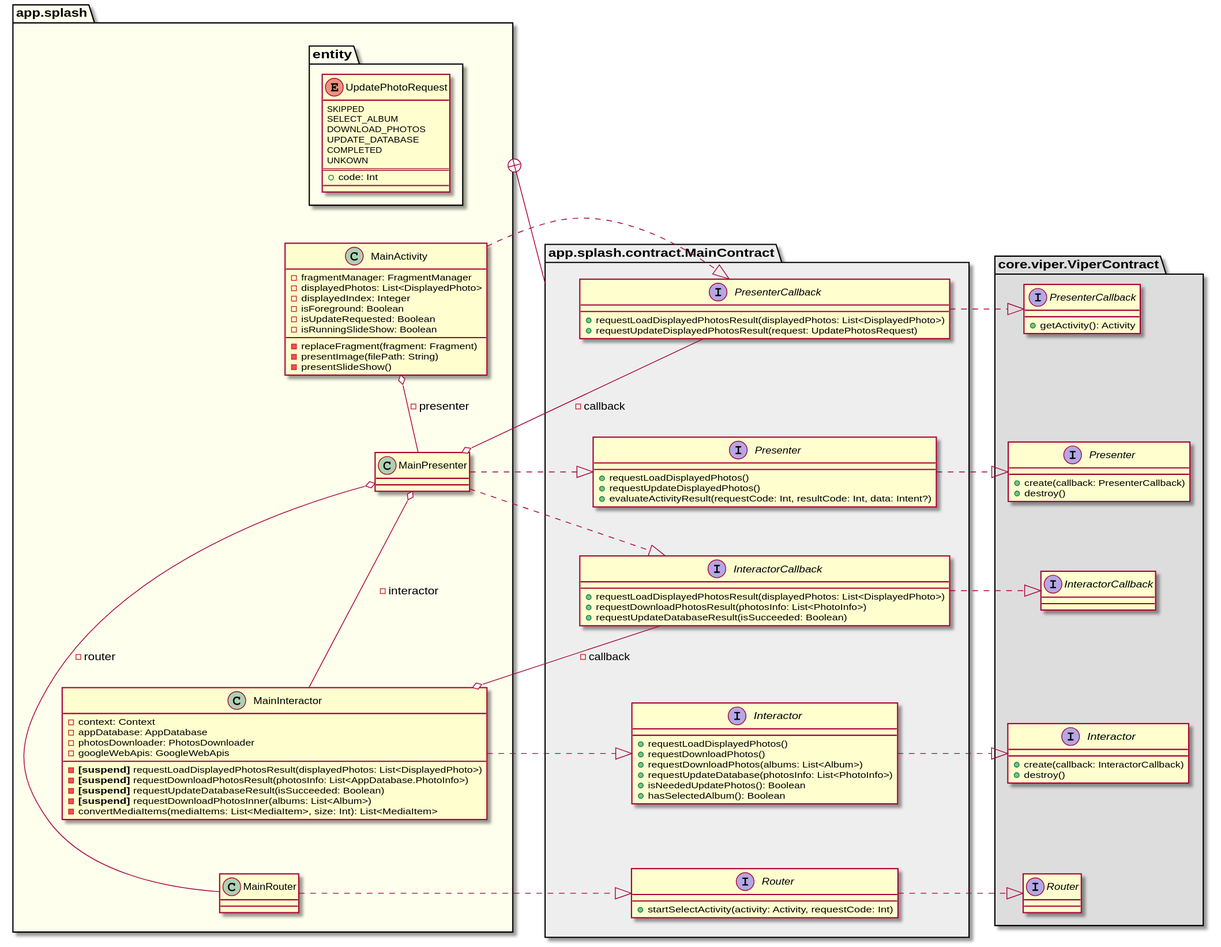
sallyluenoa/PhotoSlideShow keeps this PlantUML diagram as uml/main/class_diagram_main_viper.svg. Above is the earlier version.
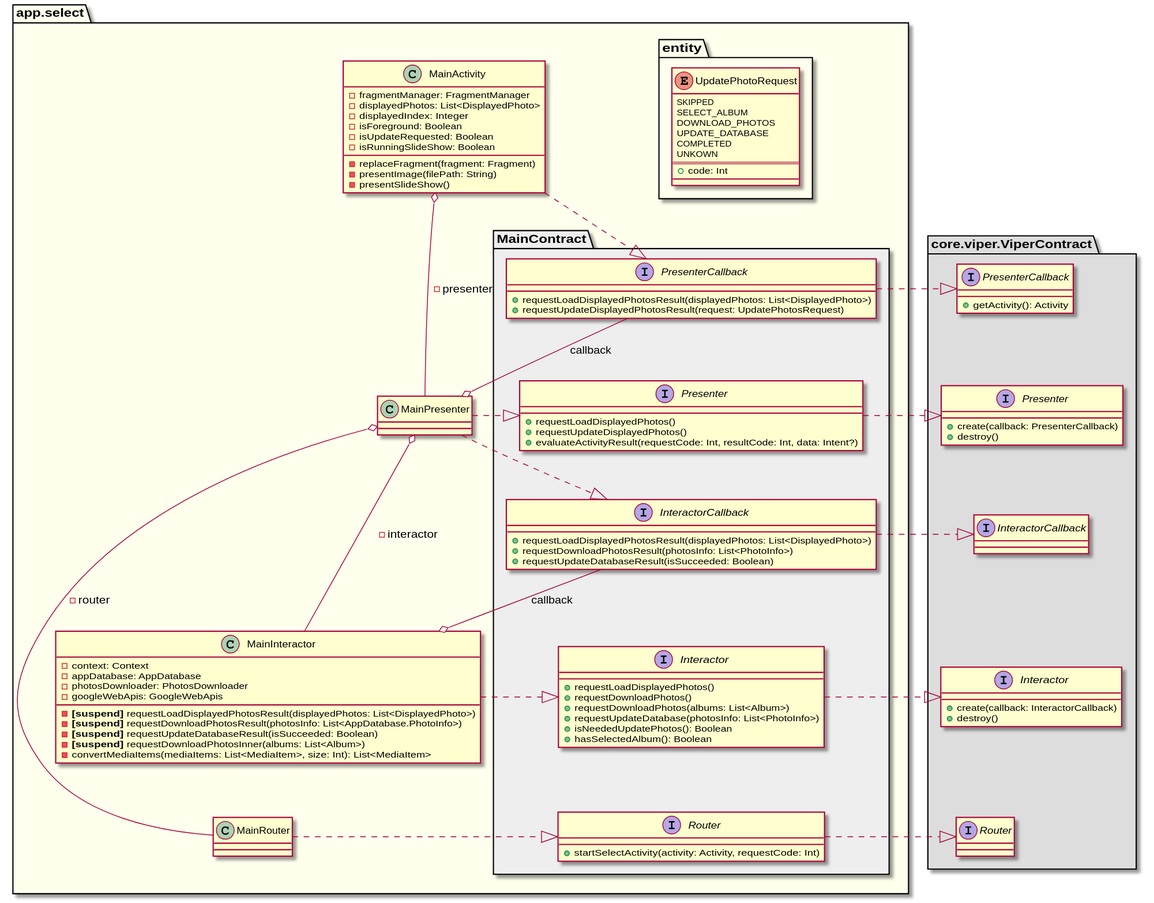
Later version of the same file.

Commit message:
Write UML for design #13

Change to the diagram source:
```diff
@@ -1,5 +1,60 @@
 @startuml
-namespace app.splash #FFFFEE {
+namespace core.viper.ViperContract #DDDDDD {
+  interface Presenter {
+    + create(callback: PresenterCallback)
+    + destroy()
+  }
+  interface PresenterCallback {
+    + getActivity(): Activity
+  }
+  interface Interactor {
+    + create(callback: InteractorCallback)
+    + destroy()
+  }
+  interface InteractorCallback
+  interface Router
+
+  PresenterCallback -[hidden]-> Presenter
+  Presenter -[hidden]-> InteractorCallback
+  InteractorCallback -[hidden]-> Interactor
+  Interactor -[hidden]-> Router
+}
+
+namespace app.select #FFFFEE {
+
+  namespace app.select.MainContract #EEEEEE {
+    interface Presenter {
+      + requestLoadDisplayedPhotos()
+      + requestUpdateDisplayedPhotos()
+      + evaluateActivityResult(requestCode: Int, resultCode: Int, data: Intent?)
+    }
+    interface PresenterCallback {
+      + requestLoadDisplayedPhotosResult(displayedPhotos: List<DisplayedPhoto>)
+      + requestUpdateDisplayedPhotosResult(request: UpdatePhotosRequest)
+    }
+    interface Interactor {
+      + requestLoadDisplayedPhotos()
+      + requestDownloadPhotos()
+      + requestDownloadPhotos(albums: List<Album>)
+      + requestUpdateDatabase(photosInfo: List<PhotoInfo>)
+      + isNeededUpdatePhotos(): Boolean
+      + hasSelectedAlbum(): Boolean
+    }
+    interface InteractorCallback {
+      + requestLoadDisplayedPhotosResult(displayedPhotos: List<DisplayedPhoto>)
+      + requestDownloadPhotosResult(photosInfo: List<PhotoInfo>)
+      + requestUpdateDatabaseResult(isSucceeded: Boolean)
+    }
+    interface Router {
+      + startSelectActivity(activity: Activity, requestCode: Int)
+    }
+
+    PresenterCallback -[hidden]-> Presenter
+    Presenter -[hidden]-> InteractorCallback
+    InteractorCallback -[hidden]-> Interactor
+    Interactor -[hidden]-> Router
+  }
+
   namespace entity {
     enum UpdatePhotoRequest {
       SKIPPED
@@ -12,8 +67,6 @@
       + code: Int
       __
     }
-
-    UpdatePhotoRequest -[hidden]-> app.splash.MainActivity
   }
 
   class MainActivity {
@@ -41,83 +94,24 @@
   }
   class MainRouter
 
-  MainActivity o-- MainPresenter: - presenter
-  MainPresenter o--- MainInteractor: - interactor
-  MainPresenter o---- MainRouter: - router
+  MainActivity o-down-- MainPresenter: - presenter
+  MainPresenter o-down-- MainInteractor: - interactor
+  MainPresenter o-down--- MainRouter: - router
 
-  MainPresenter .|> app.splash.contract.MainContract.Presenter
-  MainInteractor .|> app.splash.contract.MainContract.Interactor
-  MainRouter .|> app.splash.contract.MainContract.Router
+  MainPresenter .right.|> app.select.MainContract.Presenter
+  MainInteractor .right.|> app.select.MainContract.Interactor
+  MainRouter .right.|> app.select.MainContract.Router
 
-  MainActivity ..|> app.splash.contract.MainContract.PresenterCallback
-  MainPresenter o-- app.splash.contract.MainContract.PresenterCallback: - callback
-  MainPresenter ..|> app.splash.contract.MainContract.InteractorCallback
-  MainInteractor o-- app.splash.contract.MainContract.InteractorCallback: - callback
+  MainPresenter o-up- app.select.MainContract.PresenterCallback: - callback
+  MainInteractor o-up- app.select.MainContract.InteractorCallback: - callback
 
-  app.splash.contract.MainContract.Presenter -[hidden]> MainPresenter
-  app.splash.contract.MainContract.Interactor -[hidden]> MainInteractor
-  app.splash.contract.MainContract.Router -[hidden]> MainRouter
+  MainActivity .down.|> app.select.MainContract.PresenterCallback
+  MainPresenter .down.|> app.select.MainContract.InteractorCallback
 }
 
-namespace app.splash.contract.MainContract #EEEEEE {
-  interface Presenter {
-    + requestLoadDisplayedPhotos()
-    + requestUpdateDisplayedPhotos()
-    + evaluateActivityResult(requestCode: Int, resultCode: Int, data: Intent?)
-  }
-  interface PresenterCallback {
-    + requestLoadDisplayedPhotosResult(displayedPhotos: List<DisplayedPhoto>)
-    + requestUpdateDisplayedPhotosResult(request: UpdatePhotosRequest)
-  }
-  interface Interactor {
-    + requestLoadDisplayedPhotos()
-    + requestDownloadPhotos()
-    + requestDownloadPhotos(albums: List<Album>)
-    + requestUpdateDatabase(photosInfo: List<PhotoInfo>)
-    + isNeededUpdatePhotos(): Boolean
-    + hasSelectedAlbum(): Boolean
-  }
-  interface InteractorCallback {
-    + requestLoadDisplayedPhotosResult(displayedPhotos: List<DisplayedPhoto>)
-    + requestDownloadPhotosResult(photosInfo: List<PhotoInfo>)
-    + requestUpdateDatabaseResult(isSucceeded: Boolean)
-  }
-  interface Router {
-    + startSelectActivity(activity: Activity, requestCode: Int)
-  }
-
-  PresenterCallback -[hidden]-> Presenter
-  Presenter -[hidden]-> InteractorCallback
-  InteractorCallback -[hidden]-> Interactor
-  Interactor -[hidden]-> Router
-
-  Presenter .|> core.viper.ViperContract.Presenter
-  PresenterCallback .|> core.viper.ViperContract.PresenterCallback
-  Interactor .|> core.viper.ViperContract.Interactor
-  InteractorCallback .|> core.viper.ViperContract.InteractorCallback
-  Router .|> core.viper.ViperContract.Router
-}
-
-app.splash +-- app.splash.contract.MainContract
-
-namespace core.viper.ViperContract #DDDDDD {
-  interface Presenter {
-    + create(callback: PresenterCallback)
-    + destroy()
-  }
-  interface PresenterCallback {
-    + getActivity(): Activity
-  }
-  interface Interactor {
-    + create(callback: InteractorCallback)
-    + destroy()
-  }
-  interface InteractorCallback
-  interface Router
-
-  PresenterCallback -[hidden]-> Presenter
-  Presenter -[hidden]-> InteractorCallback
-  InteractorCallback -[hidden]-> Interactor
-  Interactor -[hidden]-> Router
-}
+app.select.MainContract.PresenterCallback .right.|> core.viper.ViperContract.PresenterCallback
+app.select.MainContract.Presenter .right.|> core.viper.ViperContract.Presenter
+app.select.MainContract.InteractorCallback .right.|> core.viper.ViperContract.InteractorCallback
+app.select.MainContract.Interactor .right.|> core.viper.ViperContract.Interactor
+app.select.MainContract.Router .right.|> core.viper.ViperContract.Router
 @enduml
```
